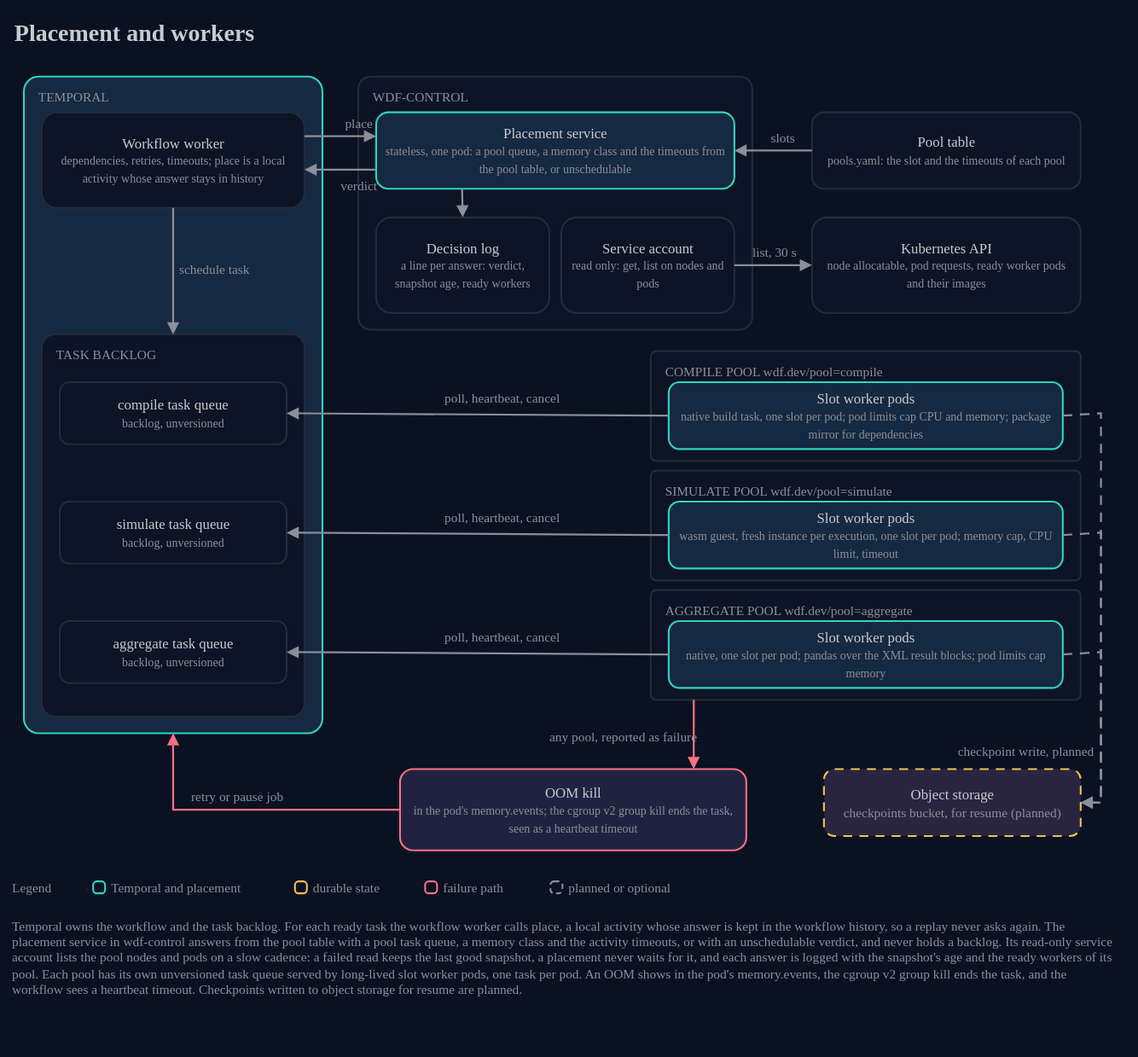
This is docs/architecture/11-placement-and-workers.drawio.svg from AndoNorth/disyard, a draw.io export, as it was before one commit. Source tidied: cells renumbered, new cells last; positions are measured from the earlier drawing's top-left corner, leaving out a move shared by most shapes.
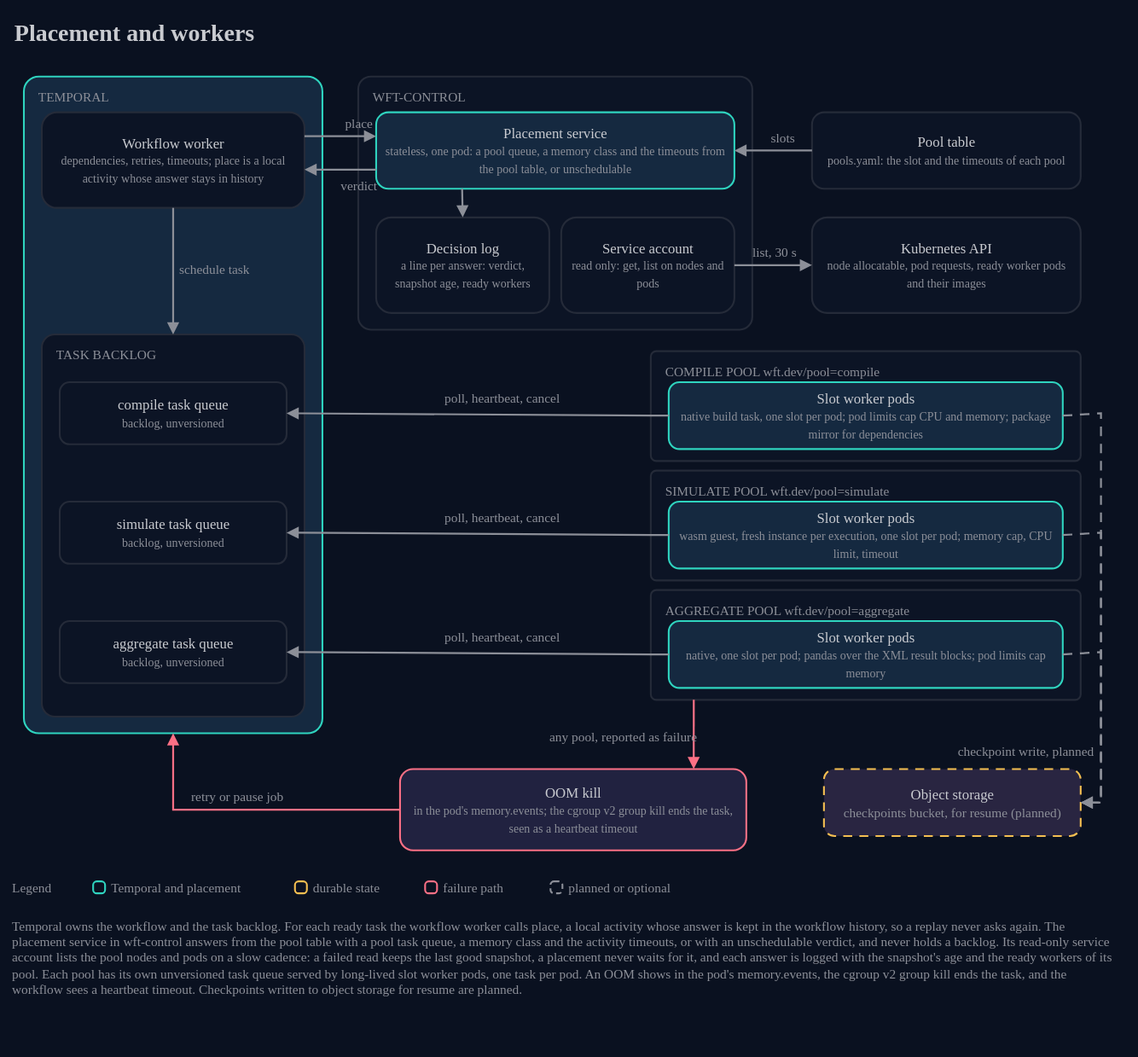
Above is the later version.

Diff of the diagram source:
```diff
@@ -32,7 +32,7 @@
     <mxCell id="11" style="rounded=1;arcSize=5;html=1;whiteSpace=wrap;fillColor=#0c1425;strokeColor=#252b39;strokeWidth=1.5;fontColor=#c9cbd0;fontSize=12;fontFamily=IBM Plex Sans;verticalAlign=top;align=left;" parent="1" vertex="1">
       <mxGeometry x="290" y="54" width="330" height="212" as="geometry" />
     </mxCell>
-    <mxCell id="12" value="WDF-CONTROL" style="text;html=1;strokeColor=none;fillColor=none;align=left;verticalAlign=middle;whiteSpace=nowrap;fontColor=#8c8f98;fontSize=11;fontFamily=IBM Plex Mono;spacing=0;" parent="1" vertex="1">
+    <mxCell id="12" value="WFT-CONTROL" style="text;html=1;strokeColor=none;fillColor=none;align=left;verticalAlign=middle;whiteSpace=nowrap;fontColor=#8c8f98;fontSize=11;fontFamily=IBM Plex Mono;spacing=0;" parent="1" vertex="1">
       <mxGeometry x="302" y="62" width="306" height="18" as="geometry" />
     </mxCell>
     <mxCell id="13" value="Placement service&lt;br&gt;&lt;font color=&quot;#8c8f98&quot; style=&quot;font-size:10px&quot;&gt;stateless, one pod: a pool queue, a memory class and the timeouts from the pool table, or unschedulable&lt;/font&gt;" style="rounded=1;arcSize=16;html=1;whiteSpace=wrap;fillColor=#152940;strokeColor=#2fd4bf;strokeWidth=1.5;fontColor=#c9cbd0;fontSize=12;spacingLeft=6;spacingRight=6;fontFamily=IBM Plex Sans;" parent="1" vertex="1">
@@ -53,7 +53,7 @@
     <mxCell id="18" style="rounded=1;arcSize=5;html=1;whiteSpace=wrap;fillColor=#0c1425;strokeColor=#252b39;strokeWidth=1.5;fontColor=#c9cbd0;fontSize=12;fontFamily=IBM Plex Sans;verticalAlign=top;align=left;" parent="1" vertex="1">
       <mxGeometry x="535" y="284" width="360" height="92" as="geometry" />
     </mxCell>
-    <mxCell id="19" value="COMPILE POOL  wdf.dev/pool=compile" style="text;html=1;strokeColor=none;fillColor=none;align=left;verticalAlign=middle;whiteSpace=nowrap;fontColor=#8c8f98;fontSize=11;fontFamily=IBM Plex Mono;spacing=0;" parent="1" vertex="1">
+    <mxCell id="19" value="COMPILE POOL  wft.dev/pool=compile" style="text;html=1;strokeColor=none;fillColor=none;align=left;verticalAlign=middle;whiteSpace=nowrap;fontColor=#8c8f98;fontSize=11;fontFamily=IBM Plex Mono;spacing=0;" parent="1" vertex="1">
       <mxGeometry x="547" y="292" width="336" height="18" as="geometry" />
     </mxCell>
     <mxCell id="20" value="Slot worker pods&lt;br&gt;&lt;font color=&quot;#8c8f98&quot; style=&quot;font-size:10px&quot;&gt;native build task, one slot per pod; pod limits cap CPU and memory; package mirror for dependencies&lt;/font&gt;" style="rounded=1;arcSize=16;html=1;whiteSpace=wrap;fillColor=#152940;strokeColor=#2fd4bf;strokeWidth=1.5;fontColor=#c9cbd0;fontSize=12;spacingLeft=6;spacingRight=6;fontFamily=IBM Plex Sans;" parent="1" vertex="1">
@@ -62,7 +62,7 @@
     <mxCell id="21" style="rounded=1;arcSize=5;html=1;whiteSpace=wrap;fillColor=#0c1425;strokeColor=#252b39;strokeWidth=1.5;fontColor=#c9cbd0;fontSize=12;fontFamily=IBM Plex Sans;verticalAlign=top;align=left;" parent="1" vertex="1">
       <mxGeometry x="535" y="384" width="360" height="92" as="geometry" />
     </mxCell>
-    <mxCell id="22" value="SIMULATE POOL  wdf.dev/pool=simulate" style="text;html=1;strokeColor=none;fillColor=none;align=left;verticalAlign=middle;whiteSpace=nowrap;fontColor=#8c8f98;fontSize=11;fontFamily=IBM Plex Mono;spacing=0;" parent="1" vertex="1">
+    <mxCell id="22" value="SIMULATE POOL  wft.dev/pool=simulate" style="text;html=1;strokeColor=none;fillColor=none;align=left;verticalAlign=middle;whiteSpace=nowrap;fontColor=#8c8f98;fontSize=11;fontFamily=IBM Plex Mono;spacing=0;" parent="1" vertex="1">
       <mxGeometry x="547" y="392" width="336" height="18" as="geometry" />
     </mxCell>
     <mxCell id="23" value="Slot worker pods&lt;br&gt;&lt;font color=&quot;#8c8f98&quot; style=&quot;font-size:10px&quot;&gt;wasm guest, fresh instance per execution, one slot per pod; memory cap, CPU limit, timeout&lt;/font&gt;" style="rounded=1;arcSize=16;html=1;whiteSpace=wrap;fillColor=#152940;strokeColor=#2fd4bf;strokeWidth=1.5;fontColor=#c9cbd0;fontSize=12;spacingLeft=6;spacingRight=6;fontFamily=IBM Plex Sans;" parent="1" vertex="1">
@@ -71,7 +71,7 @@
     <mxCell id="24" style="rounded=1;arcSize=5;html=1;whiteSpace=wrap;fillColor=#0c1425;strokeColor=#252b39;strokeWidth=1.5;fontColor=#c9cbd0;fontSize=12;fontFamily=IBM Plex Sans;verticalAlign=top;align=left;" parent="1" vertex="1">
       <mxGeometry x="535" y="484" width="360" height="92" as="geometry" />
     </mxCell>
-    <mxCell id="25" value="AGGREGATE POOL  wdf.dev/pool=aggregate" style="text;html=1;strokeColor=none;fillColor=none;align=left;verticalAlign=middle;whiteSpace=nowrap;fontColor=#8c8f98;fontSize=11;fontFamily=IBM Plex Mono;spacing=0;" parent="1" vertex="1">
+    <mxCell id="25" value="AGGREGATE POOL  wft.dev/pool=aggregate" style="text;html=1;strokeColor=none;fillColor=none;align=left;verticalAlign=middle;whiteSpace=nowrap;fontColor=#8c8f98;fontSize=11;fontFamily=IBM Plex Mono;spacing=0;" parent="1" vertex="1">
       <mxGeometry x="547" y="492" width="336" height="18" as="geometry" />
     </mxCell>
     <mxCell id="26" value="Slot worker pods&lt;br&gt;&lt;font color=&quot;#8c8f98&quot; style=&quot;font-size:10px&quot;&gt;native, one slot per pod; pandas over the XML result blocks; pod limits cap memory&lt;/font&gt;" style="rounded=1;arcSize=16;html=1;whiteSpace=wrap;fillColor=#152940;strokeColor=#2fd4bf;strokeWidth=1.5;fontColor=#c9cbd0;fontSize=12;spacingLeft=6;spacingRight=6;fontFamily=IBM Plex Sans;" parent="1" vertex="1">
@@ -204,7 +204,7 @@
     <mxCell id="62" value="planned or optional" style="text;html=1;strokeColor=none;fillColor=none;align=left;verticalAlign=middle;whiteSpace=nowrap;fontColor=#8c8f98;fontSize=11;fontFamily=IBM Plex Sans;spacing=0;" parent="1" vertex="1">
       <mxGeometry x="466" y="724" width="116" height="18" as="geometry" />
     </mxCell>
-    <mxCell id="63" value="Temporal owns the workflow and the task backlog. For each ready task the workflow worker calls place, a local activity whose answer is kept in the workflow history, so a replay never asks again. The placement service in wdf-control answers from the pool table with a pool task queue, a memory class and the activity timeouts, or with an unschedulable verdict, and never holds a backlog. Its read-only service account lists the pool nodes and pods on a slow cadence: a failed read keeps the last good snapshot, a placement never waits for it, and each answer is logged with the snapshot's age and the ready workers of its pool. Each pool has its own unversioned task queue served by long-lived slot worker pods, one task per pod. An OOM shows in the pod's memory.events, the cgroup v2 group kill ends the task, and the workflow sees a heartbeat timeout. Checkpoints written to object storage for resume are planned." style="text;html=1;strokeColor=none;fillColor=none;align=left;verticalAlign=top;whiteSpace=wrap;fontColor=#8c8f98;fontSize=11;fontFamily=IBM Plex Sans;spacing=0;" parent="1" vertex="1">
+    <mxCell id="63" value="Temporal owns the workflow and the task backlog. For each ready task the workflow worker calls place, a local activity whose answer is kept in the workflow history, so a replay never asks again. The placement service in wft-control answers from the pool table with a pool task queue, a memory class and the activity timeouts, or with an unschedulable verdict, and never holds a backlog. Its read-only service account lists the pool nodes and pods on a slow cadence: a failed read keeps the last good snapshot, a placement never waits for it, and each answer is logged with the snapshot's age and the ready workers of its pool. Each pool has its own unversioned task queue served by long-lived slot worker pods, one task per pod. An OOM shows in the pod's memory.events, the cgroup v2 group kill ends the task, and the workflow sees a heartbeat timeout. Checkpoints written to object storage for resume are planned." style="text;html=1;strokeColor=none;fillColor=none;align=left;verticalAlign=top;whiteSpace=wrap;fontColor=#8c8f98;fontSize=11;fontFamily=IBM Plex Sans;spacing=0;" parent="1" vertex="1">
       <mxGeometry y="754" width="920" height="100" as="geometry" />
     </mxCell>
   </root>
```
